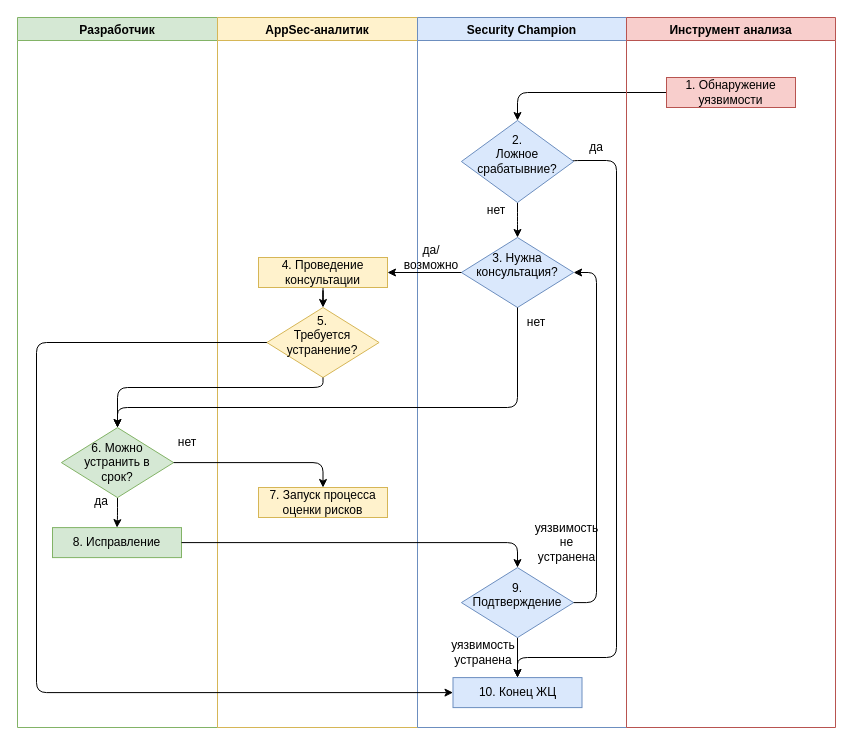
GoluzinaD/Python keeps this draw.io diagram as page "ЖЦ Уязвимости" (1 of 4) of Untitled Diagram2.drawio. Above is the earlier version. Source tidied: cells renumbered, new cells numbered last; positions are measured from the earlier drawing's top-left corner, leaving out a move shared by most shapes. Both pictures are drawn from the tidied source at 100%, with x=0, y=0 at pixel (17, 17).
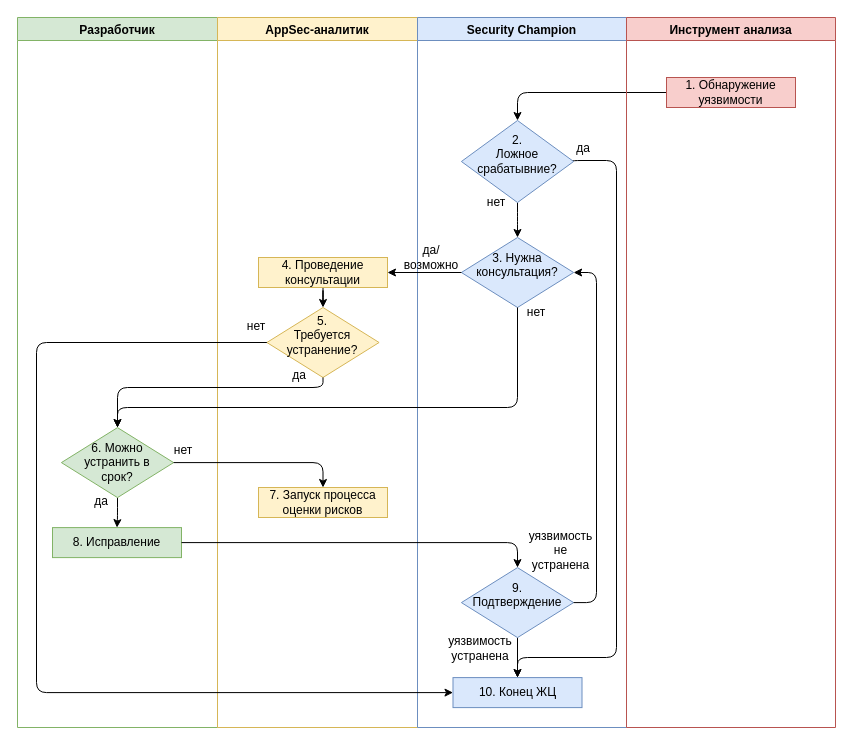
The same page after the edit.

Unchanged cells that the change refers to:
```xml
<mxCell id="2" value="Разработчик" style="swimlane;rounded=0;sketch=0;fillColor=#d5e8d4;strokeColor=#82b366;" parent="1" vertex="1">
  <mxGeometry width="200" height="710" as="geometry" />
</mxCell>
<mxCell id="8" value="AppSec-аналитик" style="swimlane;rounded=0;sketch=0;fillColor=#fff2cc;strokeColor=#d6b656;" parent="1" vertex="1">
  <mxGeometry x="200" width="200" height="710" as="geometry" />
</mxCell>
<mxCell id="13" value="Security Champion" style="swimlane;rounded=0;sketch=0;fillColor=#dae8fc;strokeColor=#6c8ebf;" parent="1" vertex="1">
  <mxGeometry x="400" width="209" height="710" as="geometry" />
</mxCell>
```

Diff of the diagram source:
```diff
@@
     <mxCell id="7" value="нет" style="text;html=1;strokeColor=none;fillColor=none;align=center;verticalAlign=middle;whiteSpace=wrap;rounded=0;sketch=0;fontSize=12;" parent="2" vertex="1">
-      <mxGeometry x="140" y="410.1" width="60" height="30" as="geometry" />
+      <mxGeometry x="136" y="418.1" width="60" height="30" as="geometry" />
     </mxCell>
@@
+    <mxCell id="37" value="нет" style="text;html=1;strokeColor=none;fillColor=none;align=center;verticalAlign=middle;whiteSpace=wrap;rounded=0;sketch=0;fontSize=12;" parent="8" vertex="1">
+      <mxGeometry x="9" y="294" width="60" height="30" as="geometry" />
+    </mxCell>
+    <mxCell id="38" value="да" style="text;html=1;strokeColor=none;fillColor=none;align=center;verticalAlign=middle;whiteSpace=wrap;rounded=0;sketch=0;fontSize=12;" parent="8" vertex="1">
+      <mxGeometry x="52.4" y="343" width="60" height="30" as="geometry" />
+    </mxCell>
@@
     <mxCell id="21" value="да" style="text;html=1;strokeColor=none;fillColor=none;align=center;verticalAlign=middle;whiteSpace=wrap;rounded=0;sketch=0;fontSize=12;" parent="13" vertex="1">
-      <mxGeometry x="149" y="115" width="60" height="30" as="geometry" />
+      <mxGeometry x="136" y="116" width="60" height="30" as="geometry" />
     </mxCell>
     <mxCell id="22" value="нет" style="text;html=1;strokeColor=none;fillColor=none;align=center;verticalAlign=middle;whiteSpace=wrap;rounded=0;sketch=0;fontSize=12;" parent="13" vertex="1">
-      <mxGeometry x="49" y="178" width="60" height="30" as="geometry" />
+      <mxGeometry x="49" y="170" width="60" height="30" as="geometry" />
     </mxCell>
     <mxCell id="23" value="нет" style="text;html=1;strokeColor=none;fillColor=none;align=center;verticalAlign=middle;whiteSpace=wrap;rounded=0;sketch=0;fontSize=12;" parent="13" vertex="1">
-      <mxGeometry x="89" y="290" width="60" height="30" as="geometry" />
+      <mxGeometry x="89" y="280" width="60" height="30" as="geometry" />
     </mxCell>
     <mxCell id="24" value="уязвимость устранена" style="text;html=1;strokeColor=none;fillColor=none;align=center;verticalAlign=middle;whiteSpace=wrap;rounded=0;sketch=0;fontSize=12;" parent="13" vertex="1">
-      <mxGeometry x="35.5" y="620" width="60" height="30" as="geometry" />
+      <mxGeometry x="32.5" y="616" width="60" height="30" as="geometry" />
     </mxCell>
@@
     <mxCell id="27" value="&lt;div&gt;уязвимость не &lt;br&gt;&lt;/div&gt;&lt;div&gt;устранена&lt;/div&gt;" style="text;html=1;strokeColor=none;fillColor=none;align=center;verticalAlign=middle;whiteSpace=wrap;rounded=0;sketch=0;fontSize=12;" parent="13" vertex="1">
-      <mxGeometry x="109" y="510" width="81" height="30" as="geometry" />
+      <mxGeometry x="103" y="518" width="81" height="30" as="geometry" />
     </mxCell>
```
